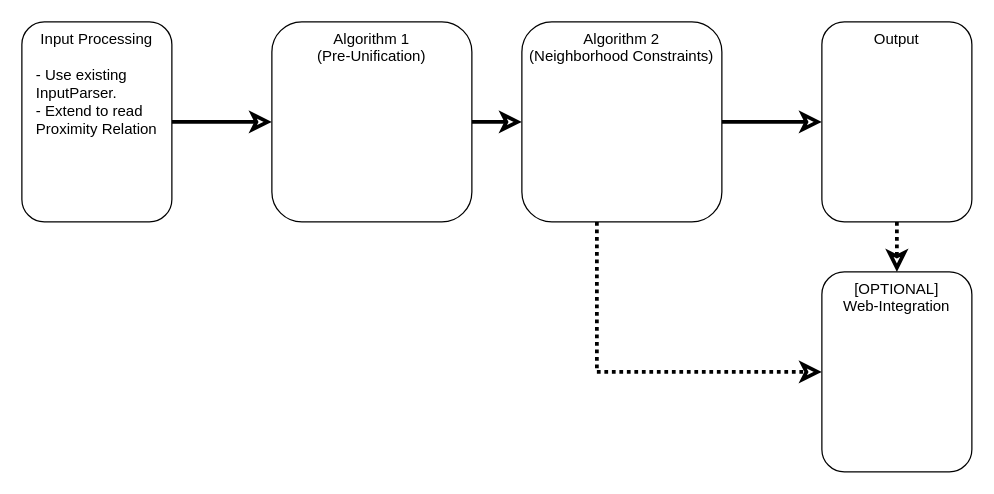
SophieHofmanninger/Solving-proximity-constraints keeps this draw.io diagram as Documentation/Model.drawio. Above is the earlier version. Source tidied: cells renumbered, new cells numbered last; positions are measured from the earlier drawing's top-left corner, leaving out a move shared by most shapes. Both pictures are drawn from the tidied source at 125%, with x=0, y=0 at pixel (21, 21).
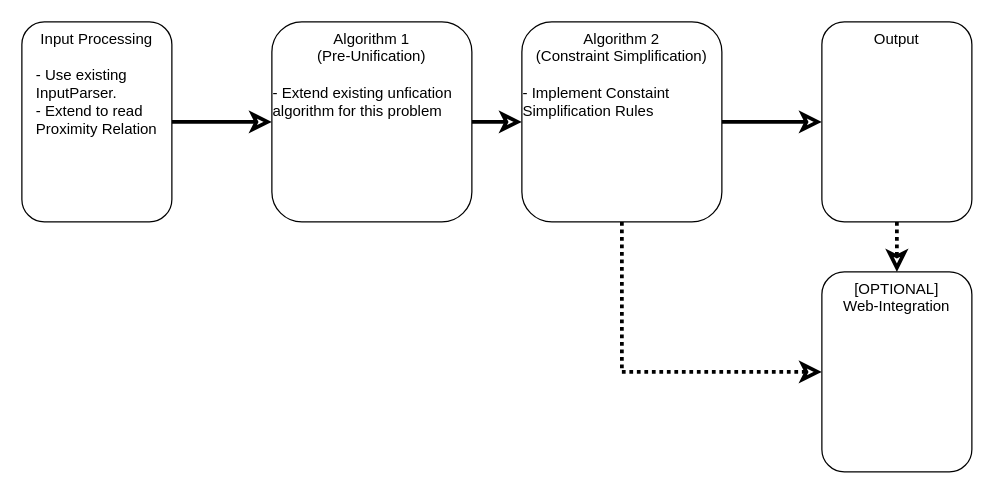
After the change.

Diff of the diagram source:
```diff
@@
 <mxGraphModel>
   <root>
     <mxCell id="0" />
     <mxCell id="1" parent="0" />
     <mxCell id="2" style="edgeStyle=orthogonalEdgeStyle;rounded=0;jettySize=auto;html=1;entryX=0;entryY=0.5;entryDx=0;entryDy=0;strokeWidth=3;endArrow=classic;endFill=0;endSize=9;" parent="1" edge="1" source="3" target="5">
       <mxGeometry relative="1" as="geometry" />
     </mxCell>
     <mxCell id="3" value="Input Processing&lt;br&gt;&lt;br&gt;&lt;div style=&quot;text-align: left&quot;&gt;- Use existing&lt;/div&gt;&lt;div style=&quot;text-align: left&quot;&gt;InputParser.&lt;/div&gt;&lt;div style=&quot;text-align: left&quot;&gt;- Extend to read&lt;/div&gt;&lt;div style=&quot;text-align: left&quot;&gt;Proximity Relation&lt;/div&gt;&lt;div style=&quot;text-align: left&quot;&gt;&lt;br&gt;&lt;/div&gt;" style="rounded=1;whiteSpace=wrap;html=1;gradientColor=none;verticalAlign=top;" parent="1" vertex="1">
       <mxGeometry width="120" height="160" as="geometry" />
     </mxCell>
     <mxCell id="4" style="edgeStyle=orthogonalEdgeStyle;rounded=0;jettySize=auto;html=1;entryX=0;entryY=0.5;entryDx=0;entryDy=0;strokeWidth=3;endArrow=classic;endFill=0;endSize=9;" parent="1" edge="1" source="5" target="8">
       <mxGeometry relative="1" as="geometry" />
     </mxCell>
-    <mxCell id="5" value="Algorithm 1&lt;br&gt;(Pre-Unification)&lt;br&gt;&lt;br&gt;" style="rounded=1;whiteSpace=wrap;html=1;verticalAlign=top;" parent="1" vertex="1">
+    <mxCell id="5" value="Algorithm 1&lt;br&gt;(Pre-Unification)&lt;br&gt;&lt;br&gt;&lt;div style=&quot;text-align: left&quot;&gt;- Extend existing unfication&amp;nbsp; &amp;nbsp; algorithm for this problem&lt;/div&gt;&lt;div style=&quot;text-align: left&quot;&gt;&lt;br&gt;&lt;/div&gt;" style="rounded=1;whiteSpace=wrap;html=1;verticalAlign=top;" parent="1" vertex="1">
       <mxGeometry x="200" width="160" height="160" as="geometry" />
     </mxCell>
     <mxCell id="6" style="edgeStyle=orthogonalEdgeStyle;rounded=0;jettySize=auto;html=1;exitX=1;exitY=0.5;exitDx=0;exitDy=0;entryX=0;entryY=0.5;entryDx=0;entryDy=0;strokeWidth=3;endArrow=classic;endFill=0;endSize=9;" parent="1" edge="1" source="8" target="10">
       <mxGeometry relative="1" as="geometry" />
     </mxCell>
-    <mxCell id="7" style="edgeStyle=orthogonalEdgeStyle;rounded=0;jettySize=auto;html=1;entryX=0;entryY=0.5;entryDx=0;entryDy=0;strokeWidth=3;dashed=1;dashPattern=1 1;endArrow=classic;endFill=0;endSize=9;" parent="1" edge="1" source="8" target="11">
+    <mxCell id="7" style="edgeStyle=orthogonalEdgeStyle;rounded=0;jettySize=auto;html=1;entryX=0;entryY=0.5;entryDx=0;entryDy=0;strokeWidth=3;dashed=1;dashPattern=1 1;endArrow=classic;endFill=0;endSize=9;exitX=0.5;exitY=1;exitDx=0;exitDy=0;" parent="1" edge="1" source="8" target="11">
       <mxGeometry relative="1" as="geometry">
         <Array as="points">
-          <mxPoint x="460" y="280" />
+          <mxPoint x="480" y="280" />
         </Array>
       </mxGeometry>
     </mxCell>
-    <mxCell id="8" value="Algorithm 2&lt;br&gt;(Neighborhood Constraints)&lt;br&gt;" style="rounded=1;whiteSpace=wrap;html=1;verticalAlign=top;" parent="1" vertex="1">
+    <mxCell id="8" value="Algorithm 2&lt;br&gt;(Constraint Simplification)&lt;br&gt;&lt;br&gt;&lt;div style=&quot;text-align: left&quot;&gt;- Implement Constaint Simplification Rules&lt;/div&gt;" style="rounded=1;whiteSpace=wrap;html=1;verticalAlign=top;" parent="1" vertex="1">
       <mxGeometry x="400" width="160" height="160" as="geometry" />
     </mxCell>
     <mxCell id="9" style="edgeStyle=orthogonalEdgeStyle;rounded=0;jettySize=auto;html=1;entryX=0.5;entryY=0;entryDx=0;entryDy=0;dashed=1;dashPattern=1 1;endArrow=classic;endFill=0;endSize=9;strokeWidth=3;" parent="1" edge="1" source="10" target="11">
       <mxGeometry relative="1" as="geometry" />
     </mxCell>
     <mxCell id="10" value="Output" style="rounded=1;whiteSpace=wrap;html=1;verticalAlign=top;" parent="1" vertex="1">
       <mxGeometry x="640" width="120" height="160" as="geometry" />
     </mxCell>
     <mxCell id="11" value="[OPTIONAL]&lt;br&gt;Web-Integration&lt;br&gt;" style="rounded=1;whiteSpace=wrap;html=1;verticalAlign=top;" parent="1" vertex="1">
       <mxGeometry x="640" y="200" width="120" height="160" as="geometry" />
     </mxCell>
   </root>
 </mxGraphModel>
```
